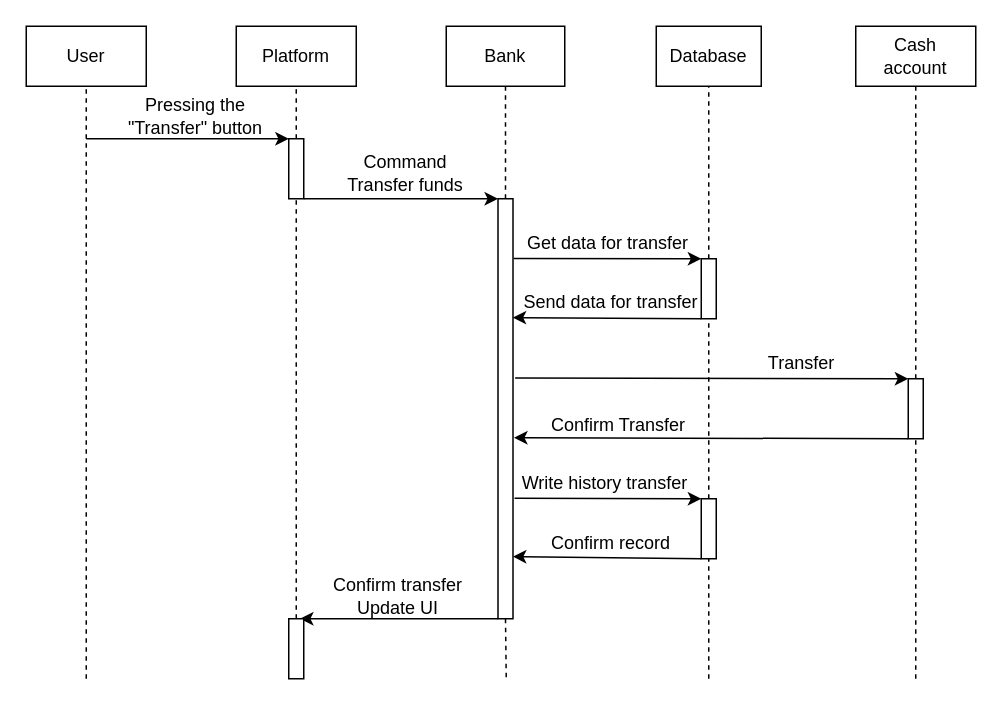
Above: sequence_code.drawio in YuriiDnistrianskyi/software_documentation_design_patterns (draw.io), before the change. Source tidied: cells renumbered, new cells numbered last; positions are measured from the earlier drawing's top-left corner, leaving out a move shared by most shapes. Both pictures are drawn from the tidied source at 150%, with x=0, y=0 at pixel (26, 26).
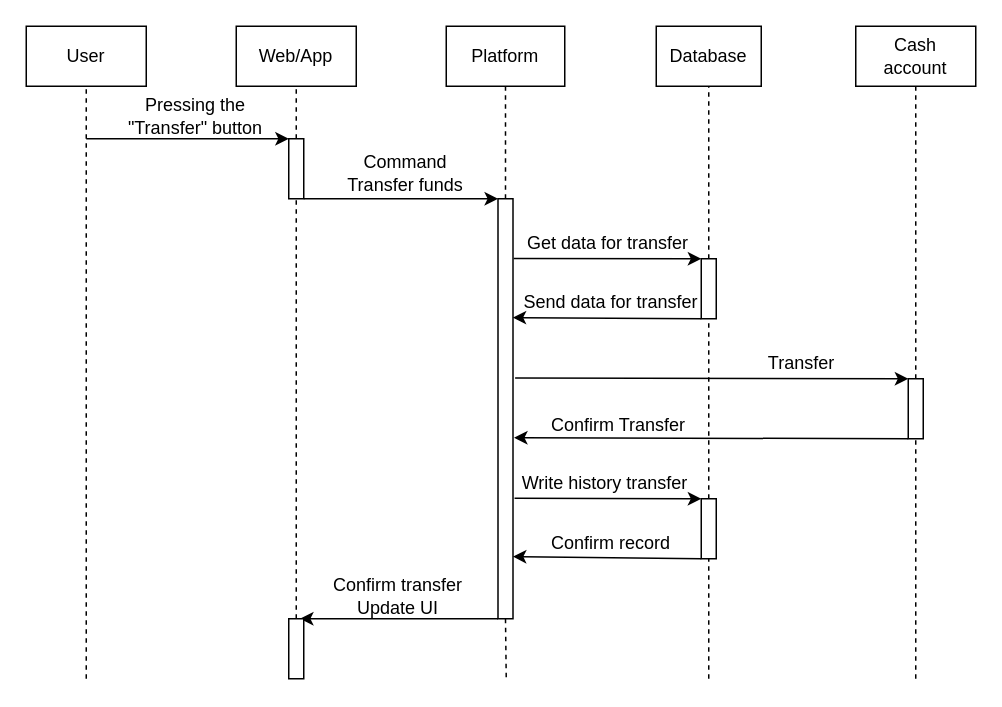
After the change.

What changed in the source:
```diff
@@
-    <mxCell id="5" value="Platform" style="rounded=0;whiteSpace=wrap;html=1;" parent="1" vertex="1">
+    <mxCell id="5" value="Web/App" style="rounded=0;whiteSpace=wrap;html=1;" parent="1" vertex="1">
       <mxGeometry x="140" width="80" height="40" as="geometry" />
     </mxCell>
-    <mxCell id="6" value="Bank" style="rounded=0;whiteSpace=wrap;html=1;" parent="1" vertex="1">
+    <mxCell id="6" value="Platform" style="rounded=0;whiteSpace=wrap;html=1;" parent="1" vertex="1">
       <mxGeometry x="280" width="79" height="40" as="geometry" />
     </mxCell>
```
